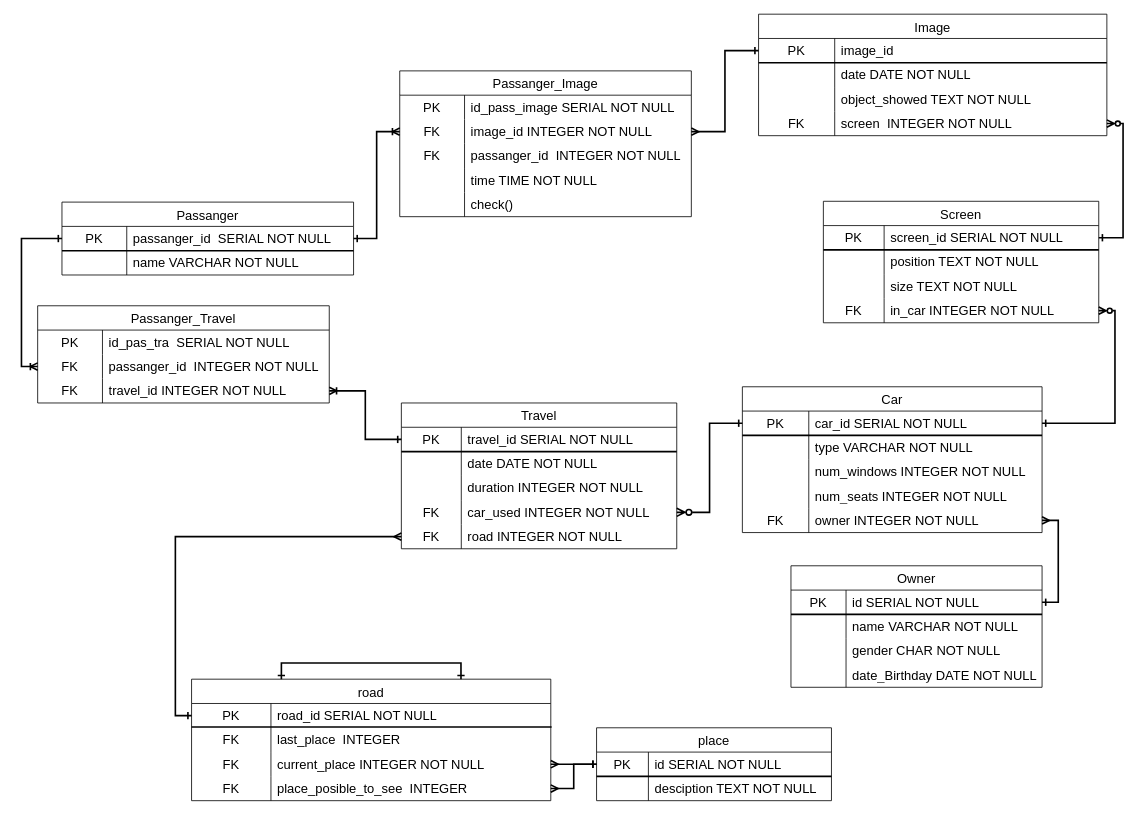
J-RAY3E/UNI keeps this draw.io diagram as Untitled Diagram.drawio. Above is the earlier version. Source tidied: cells renumbered, new cells numbered last; positions are measured from the earlier drawing's top-left corner, leaving out a move shared by most shapes. Both pictures are drawn from the tidied source at 81%, with x=0, y=0 at pixel (37, 14).
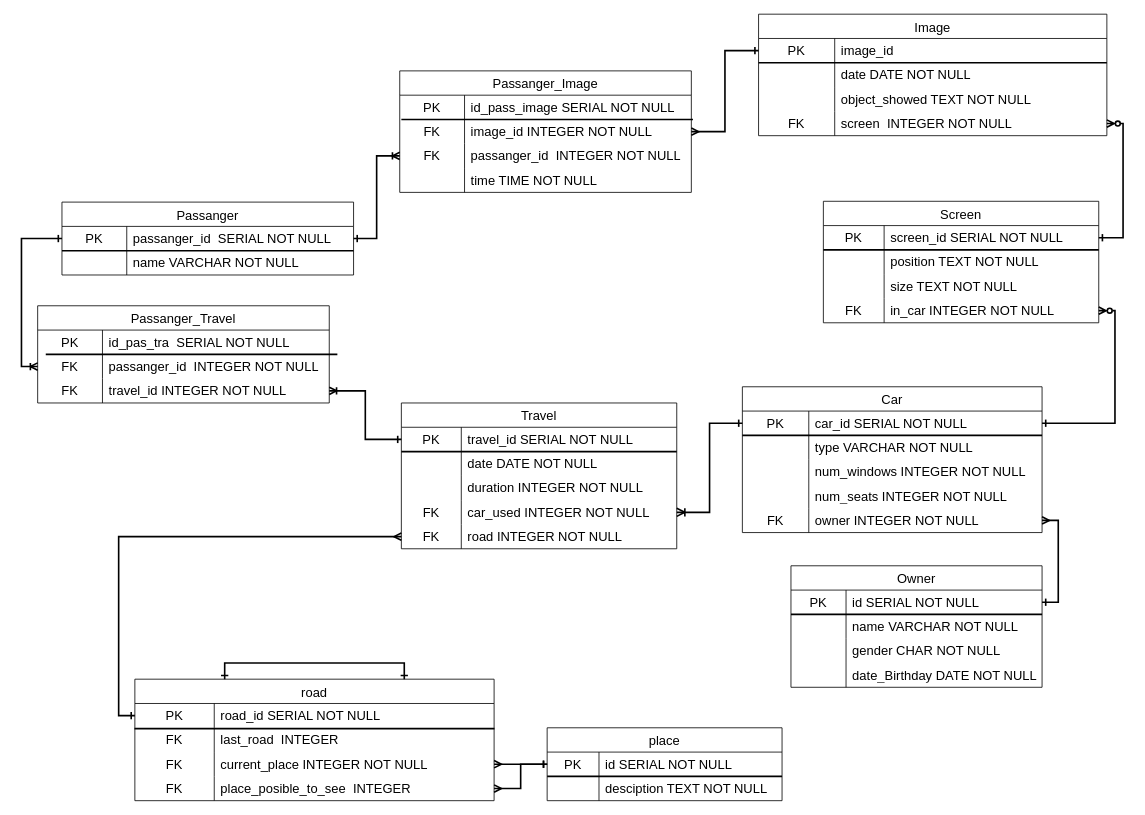
The same page after the edit.

Unchanged cells that the change refers to:
```xml
<mxCell id="17" style="shape=tableRow;horizontal=0;startSize=0;swimlaneHead=0;swimlaneBody=0;top=0;left=0;bottom=0;right=0;fillColor=none;points=[[0,0.5],[1,0.5]];portConstraint=eastwest;strokeColor=inherit;fontSize=16;" parent="16" vertex="1">
  <mxGeometry y="30" width="370" height="30" as="geometry" />
</mxCell>
<mxCell id="43" style="shape=tableRow;horizontal=0;startSize=0;swimlaneHead=0;swimlaneBody=0;top=0;left=0;bottom=0;right=0;fillColor=none;points=[[0,0.5],[1,0.5]];portConstraint=eastwest;strokeColor=inherit;fontSize=16;" parent="33" vertex="1">
  <mxGeometry y="120" width="340" height="30" as="geometry" />
</mxCell>
<mxCell id="78" style="shape=tableRow;horizontal=0;startSize=0;swimlaneHead=0;swimlaneBody=0;top=0;left=0;bottom=0;right=0;fillColor=none;points=[[0,0.5],[1,0.5]];portConstraint=eastwest;strokeColor=inherit;fontSize=16;" parent="77" vertex="1">
  <mxGeometry y="30" width="360" height="30" as="geometry" />
</mxCell>
<mxCell id="115" style="shape=tableRow;horizontal=0;startSize=0;swimlaneHead=0;swimlaneBody=0;top=0;left=0;bottom=0;right=0;fillColor=none;strokeColor=inherit;fontSize=16;" parent="111" vertex="1">
  <mxGeometry y="60" width="443.5" height="30" as="geometry" />
</mxCell>
<mxCell id="133" style="shape=tableRow;horizontal=0;startSize=0;swimlaneHead=0;swimlaneBody=0;top=0;left=0;bottom=0;right=0;fillColor=none;points=[[0,0.5],[1,0.5]];portConstraint=eastwest;strokeColor=inherit;fontSize=16;" parent="129" vertex="1">
  <mxGeometry y="60" width="360" height="30" as="geometry" />
</mxCell>
<mxCell id="136" style="shape=tableRow;horizontal=0;startSize=0;swimlaneHead=0;swimlaneBody=0;top=0;left=0;bottom=0;right=0;fillColor=none;points=[[0,0.5],[1,0.5]];portConstraint=eastwest;strokeColor=inherit;fontSize=16;" parent="129" vertex="1">
  <mxGeometry y="90" width="360" height="30" as="geometry" />
</mxCell>
```

The edit, as a diff of the source:
```diff
@@
     <mxCell id="85" value="place" style="shape=table;startSize=30;childLayout=tableLayout;rowLines=0;fontStyle=0;strokeColor=default;fontSize=16;" parent="1" vertex="1">
-      <mxGeometry x="690" y="881" width="290" height="90" as="geometry" />
+      <mxGeometry x="629" y="881" width="290" height="90" as="geometry" />
     </mxCell>
@@
     <mxCell id="92" style="line;strokeWidth=2;html=1;" parent="1" vertex="1">
-      <mxGeometry x="690" y="936" width="290" height="10" as="geometry" />
+      <mxGeometry x="629" y="936" width="290" height="10" as="geometry" />
     </mxCell>
@@
-    <mxCell id="108" style="edgeStyle=orthogonalEdgeStyle;rounded=0;jettySize=auto;html=1;entryX=1;entryY=0.5;entryDx=0;entryDy=0;startArrow=ERone;startFill=0;endArrow=ERzeroToMany;endFill=0;endSize=7;strokeWidth=2;" parent="1" edge="1" source="17" target="43">
+    <mxCell id="108" style="edgeStyle=orthogonalEdgeStyle;rounded=0;jettySize=auto;html=1;entryX=1;entryY=0.5;entryDx=0;entryDy=0;startArrow=ERone;startFill=0;endArrow=ERoneToMany;endFill=0;endSize=7;strokeWidth=2;" parent="1" edge="1" source="17" target="43">
       <mxGeometry relative="1" as="geometry" />
     </mxCell>
@@
     <mxCell id="111" value="road" style="shape=table;startSize=30;childLayout=tableLayout;rowLines=0;fontStyle=0;strokeColor=default;fontSize=16;" parent="1" vertex="1">
-      <mxGeometry x="190" y="821" width="443.5" height="150" as="geometry" />
+      <mxGeometry x="120" y="821" width="443.5" height="150" as="geometry" />
     </mxCell>
@@
-    <mxCell id="117" value="last_place&amp;nbsp; INTEGER" style="shape=partialRectangle;html=1;whiteSpace=wrap;fillColor=none;top=0;left=0;bottom=0;right=0;align=left;spacingLeft=6;overflow=hidden;strokeColor=inherit;fontSize=16;" parent="115" vertex="1">
+    <mxCell id="117" value="last_road&amp;nbsp; INTEGER" style="shape=partialRectangle;html=1;whiteSpace=wrap;fillColor=none;top=0;left=0;bottom=0;right=0;align=left;spacingLeft=6;overflow=hidden;strokeColor=inherit;fontSize=16;" parent="115" vertex="1">
       <mxGeometry x="98" width="345" height="30" as="geometry" />
     </mxCell>
@@
     <mxCell id="124" style="line;strokeWidth=2;html=1;" parent="1" vertex="1">
-      <mxGeometry x="190" y="875" width="444.5" height="10" as="geometry" />
+      <mxGeometry x="119.5" y="877" width="444.5" height="10" as="geometry" />
     </mxCell>
@@
     <mxCell id="129" value="Passanger_Image" style="shape=table;startSize=30;childLayout=tableLayout;rowLines=0;fontStyle=0;strokeColor=default;fontSize=16;" parent="1" vertex="1">
-      <mxGeometry x="447" y="70" width="360" height="180" as="geometry" />
+      <mxGeometry x="447" y="70" width="360" height="150" as="geometry" />
     </mxCell>
@@
-    <mxCell id="142" style="shape=tableRow;horizontal=0;startSize=0;swimlaneHead=0;swimlaneBody=0;top=0;left=0;bottom=0;right=0;fillColor=none;strokeColor=inherit;fontSize=16;" parent="129" vertex="1">
-      <mxGeometry y="150" width="360" height="30" as="geometry" />
-    </mxCell>
-    <mxCell id="143" style="shape=partialRectangle;html=1;whiteSpace=wrap;fillColor=none;top=0;left=0;bottom=0;right=0;overflow=hidden;strokeColor=inherit;fontSize=16;" parent="142" vertex="1">
-      <mxGeometry width="80" height="30" as="geometry" />
-    </mxCell>
-    <mxCell id="144" value="check()" style="shape=partialRectangle;html=1;whiteSpace=wrap;fillColor=none;top=0;left=0;bottom=0;right=0;align=left;spacingLeft=6;overflow=hidden;strokeColor=inherit;fontSize=16;" parent="142" vertex="1">
-      <mxGeometry x="80" width="280" height="30" as="geometry" />
-    </mxCell>
@@
-    <mxCell id="146" style="edgeStyle=orthogonalEdgeStyle;rounded=0;jettySize=auto;html=1;exitX=1;exitY=0.5;exitDx=0;exitDy=0;entryX=0;entryY=0.5;entryDx=0;entryDy=0;startArrow=ERone;startFill=0;endArrow=ERoneToMany;endFill=0;strokeWidth=2;" parent="1" edge="1" source="78" target="133">
+    <mxCell id="146" style="edgeStyle=orthogonalEdgeStyle;rounded=0;jettySize=auto;html=1;exitX=1;exitY=0.5;exitDx=0;exitDy=0;entryX=0;entryY=0.5;entryDx=0;entryDy=0;startArrow=ERone;startFill=0;endArrow=ERoneToMany;endFill=0;strokeWidth=2;" parent="1" edge="1" source="78" target="136">
       <mxGeometry relative="1" as="geometry" />
     </mxCell>
+    <mxCell id="147" style="line;strokeWidth=2;html=1;" parent="1" vertex="1">
+      <mxGeometry x="10" y="415" width="360" height="10" as="geometry" />
+    </mxCell>
+    <mxCell id="148" style="line;strokeWidth=2;html=1;" parent="1" vertex="1">
+      <mxGeometry x="449" y="125" width="360" height="10" as="geometry" />
+    </mxCell>
```
